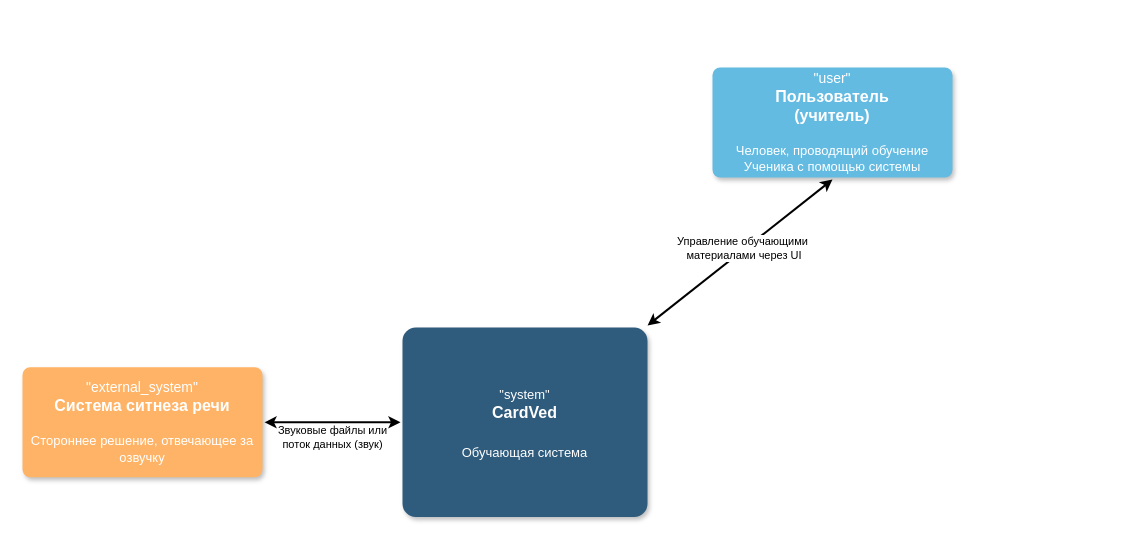
Earlier version of the draw.io diagram Docs/Diagrams/Context.drawio (lvovandrey/CardVed). Source tidied: cells renumbered, new cells numbered last; positions are measured from the earlier drawing's top-left corner, leaving out a move shared by most shapes. Both pictures are drawn from the tidied source at 100%, with x=0, y=0 at pixel (22, 67).
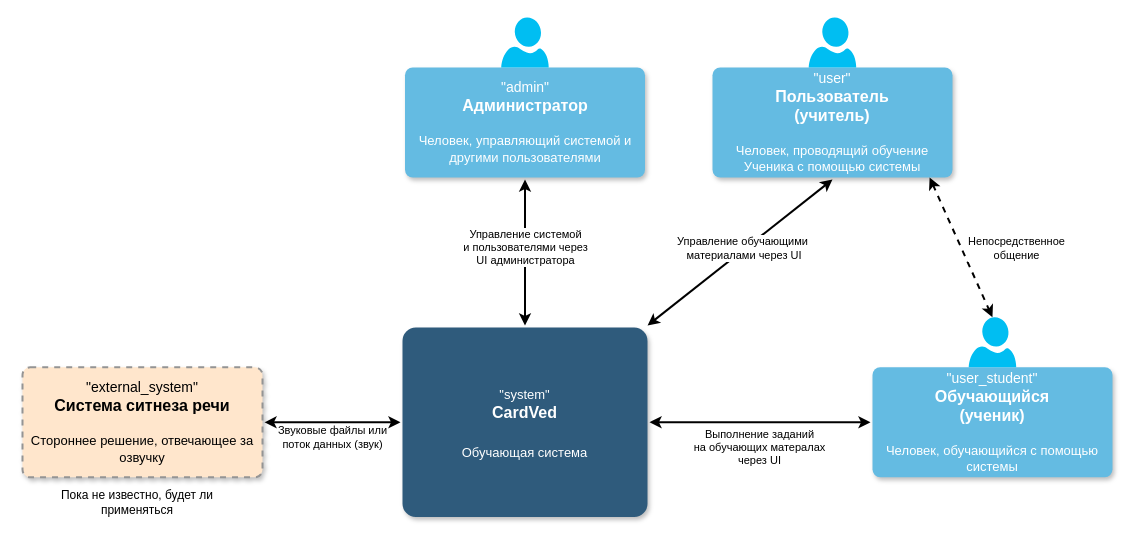
The same diagram, later.

Commit message:
Правки в контекстной диаграмме

The change refers to these unchanged cells:
```xml
<mxCell id="4" value="&lt;span style=&quot;font-weight: normal;&quot;&gt;&lt;font style=&quot;font-size: 13px;&quot;&gt;&quot;system&quot;&lt;/font&gt;&lt;/span&gt;&lt;br&gt;CardVed&lt;br&gt;&lt;div&gt;&lt;br&gt;&lt;/div&gt;&lt;div&gt;&lt;font style=&quot;font-size: 13px; font-weight: normal;&quot;&gt;Обучающая система&lt;/font&gt;&lt;/div&gt;" style="rounded=1;whiteSpace=wrap;html=1;shadow=1;labelBackgroundColor=none;strokeColor=none;strokeWidth=3;fillColor=#2F5B7C;fontFamily=Helvetica;fontSize=16;fontColor=#FFFFFF;align=center;fontStyle=1;spacing=5;arcSize=7;perimeterSpacing=2;" parent="1" vertex="1">
  <mxGeometry x="380" y="260" width="245" height="189.5" as="geometry" />
</mxCell>
```

The edit, as a diff of the source:
```diff
@@
-    <mxCell id="5" value="&quot;user&quot;&lt;br&gt;&lt;b style=&quot;font-size: 16px;&quot;&gt;Пользователь &lt;/b&gt;&lt;br&gt;&lt;b style=&quot;font-size: 16px;&quot;&gt;(учитель)&lt;/b&gt;&lt;br&gt;&lt;br&gt;&lt;span style=&quot;font-size: 13px;&quot;&gt;Человек, проводящий обучение Ученика с помощью системы&lt;/span&gt;" style="rounded=1;whiteSpace=wrap;html=1;shadow=1;labelBackgroundColor=none;strokeColor=none;strokeWidth=3;fillColor=#64bbe2;fontFamily=Helvetica;fontSize=14;fontColor=#FFFFFF;align=center;spacing=5;arcSize=7;perimeterSpacing=2;" parent="1" vertex="1">
-      <mxGeometry x="690" width="240" height="110" as="geometry" />
-    </mxCell>
-    <mxCell id="6" value="&quot;external_system&quot;&lt;br&gt;&lt;span style=&quot;font-size: 16px;&quot;&gt;&lt;b&gt;Система ситнеза речи&lt;/b&gt;&lt;/span&gt;&lt;br&gt;&lt;br&gt;&lt;span style=&quot;font-size: 13px;&quot;&gt;Стороннее решение, отвечающее за озвучку&lt;/span&gt;" style="rounded=1;whiteSpace=wrap;html=1;shadow=1;labelBackgroundColor=none;strokeColor=none;strokeWidth=3;fillColor=#FFB366;fontFamily=Helvetica;fontSize=14;fontColor=#FFFFFF;align=center;spacing=5;arcSize=7;perimeterSpacing=2;" parent="1" vertex="1">
+    <mxCell id="6" value="&quot;external_system&quot;&lt;br&gt;&lt;span style=&quot;font-size: 16px;&quot;&gt;&lt;b&gt;Система ситнеза речи&lt;/b&gt;&lt;/span&gt;&lt;br&gt;&lt;br&gt;&lt;span style=&quot;font-size: 13px;&quot;&gt;Стороннее решение, отвечающее за озвучку&lt;/span&gt;" style="rounded=1;whiteSpace=wrap;html=1;shadow=1;labelBackgroundColor=none;strokeColor=#949494;strokeWidth=2;fillColor=#FFE6CC;fontFamily=Helvetica;fontSize=14;fontColor=#000000;align=center;spacing=5;arcSize=7;perimeterSpacing=2;dashed=1;" parent="1" vertex="1">
       <mxGeometry y="299.8" width="240" height="110" as="geometry" />
     </mxCell>
@@
+    <mxCell id="9" style="group;" parent="1" vertex="1">
+      <mxGeometry x="850" y="249.8" width="240" height="160" as="geometry" />
+    </mxCell>
+    <mxCell id="10" value="&quot;user_student&quot;&lt;br&gt;&lt;span style=&quot;font-size: 16px;&quot;&gt;&lt;b&gt;Обучающийся&lt;/b&gt;&lt;/span&gt;&lt;br&gt;&lt;b style=&quot;font-size: 16px;&quot;&gt;(ученик)&lt;/b&gt;&lt;br&gt;&lt;br&gt;&lt;span style=&quot;font-size: 13px;&quot;&gt;Человек, обучающийся с помощью системы&lt;/span&gt;" style="rounded=1;whiteSpace=wrap;html=1;shadow=1;labelBackgroundColor=none;strokeColor=none;strokeWidth=3;fillColor=#64bbe2;fontFamily=Helvetica;fontSize=14;fontColor=#FFFFFF;align=center;spacing=5;arcSize=7;perimeterSpacing=2;" parent="9" vertex="1">
+      <mxGeometry y="50" width="240" height="110" as="geometry" />
+    </mxCell>
+    <mxCell id="11" style="verticalLabelPosition=bottom;html=1;verticalAlign=top;align=center;strokeColor=none;fillColor=#00BEF2;shape=mxgraph.azure.user;" parent="9" vertex="1">
+      <mxGeometry x="96.2" width="47.5" height="50" as="geometry" />
+    </mxCell>
+    <mxCell id="12" style="group;" parent="1" vertex="1">
+      <mxGeometry x="690" y="-50" width="240" height="160" as="geometry" />
+    </mxCell>
+    <mxCell id="5" value="&quot;user&quot;&lt;br&gt;&lt;b style=&quot;font-size: 16px;&quot;&gt;Пользователь &lt;/b&gt;&lt;br&gt;&lt;b style=&quot;font-size: 16px;&quot;&gt;(учитель)&lt;/b&gt;&lt;br&gt;&lt;br&gt;&lt;span style=&quot;font-size: 13px;&quot;&gt;Человек, проводящий обучение Ученика с помощью системы&lt;/span&gt;" style="rounded=1;whiteSpace=wrap;html=1;shadow=1;labelBackgroundColor=none;strokeColor=none;strokeWidth=3;fillColor=#64bbe2;fontFamily=Helvetica;fontSize=14;fontColor=#FFFFFF;align=center;spacing=5;arcSize=7;perimeterSpacing=2;" parent="12" vertex="1">
+      <mxGeometry y="50" width="240" height="110" as="geometry" />
+    </mxCell>
+    <mxCell id="13" style="verticalLabelPosition=bottom;html=1;verticalAlign=top;align=center;strokeColor=none;fillColor=#00BEF2;shape=mxgraph.azure.user;" parent="12" vertex="1">
+      <mxGeometry x="96.2" width="47.5" height="50" as="geometry" />
+    </mxCell>
+    <mxCell id="14" style="edgeStyle=none;rounded=0;jumpStyle=none;html=1;shadow=0;labelBackgroundColor=none;startArrow=classic;startFill=1;endArrow=classic;endFill=1;jettySize=auto;strokeColor=#000000;strokeWidth=2;fontFamily=Helvetica;fontSize=16;fontColor=#23445D;spacing=5;entryX=0;entryY=0.5;entryDx=0;entryDy=0;endSize=6;exitX=1;exitY=0.5;exitDx=0;exitDy=0;" parent="1" edge="1" source="4" target="10">
+      <mxGeometry relative="1" as="geometry" />
+    </mxCell>
+    <mxCell id="15" value="Выполнение заданий&lt;br&gt;на обучающих матералах&lt;br&gt;через UI" style="edgeLabel;html=1;align=center;verticalAlign=middle;labelBackgroundColor=default;" parent="14" vertex="1">
+      <mxGeometry x="-0.1" y="-1" relative="1" as="geometry">
+        <mxPoint x="11" y="24" as="offset" />
+      </mxGeometry>
+    </mxCell>
+    <mxCell id="16" style="edgeStyle=none;rounded=0;jumpStyle=none;html=1;shadow=0;labelBackgroundColor=none;startArrow=classic;startFill=1;endArrow=classic;endFill=1;jettySize=auto;strokeColor=#000000;strokeWidth=2;fontFamily=Helvetica;fontSize=16;fontColor=#23445D;spacing=5;entryX=0.5;entryY=0;entryDx=0;entryDy=0;endSize=6;exitX=0.898;exitY=0.982;exitDx=0;exitDy=0;entryPerimeter=0;exitPerimeter=0;dashed=1;" parent="1" edge="1" source="5" target="11">
+      <mxGeometry relative="1" as="geometry" />
+    </mxCell>
+    <mxCell id="17" value="Непосредственное&lt;br&gt;общение" style="edgeLabel;html=1;align=center;verticalAlign=middle;labelBackgroundColor=default;" parent="16" vertex="1">
+      <mxGeometry x="-0.1" y="-1" relative="1" as="geometry">
+        <mxPoint x="59" y="7" as="offset" />
+      </mxGeometry>
+    </mxCell>
+    <mxCell id="18" value="Пока не известно, будет ли применяться" style="text;html=1;align=center;verticalAlign=middle;whiteSpace=wrap;rounded=0;" parent="1" vertex="1">
+      <mxGeometry x="30" y="419.5" width="170" height="30" as="geometry" />
+    </mxCell>
+    <mxCell id="19" style="group;" parent="1" vertex="1">
+      <mxGeometry x="382.5" y="-50" width="240" height="160" as="geometry" />
+    </mxCell>
+    <mxCell id="20" value="&quot;admin&quot;&lt;br&gt;&lt;span style=&quot;font-size: 16px;&quot;&gt;&lt;b&gt;Администратор&lt;/b&gt;&lt;/span&gt;&lt;br&gt;&lt;br&gt;&lt;span style=&quot;font-size: 13px;&quot;&gt;Человек, управляющий системой и другими пользователями&lt;/span&gt;" style="rounded=1;whiteSpace=wrap;html=1;shadow=1;labelBackgroundColor=none;strokeColor=none;strokeWidth=3;fillColor=#64bbe2;fontFamily=Helvetica;fontSize=14;fontColor=#FFFFFF;align=center;spacing=5;arcSize=7;perimeterSpacing=2;" parent="19" vertex="1">
+      <mxGeometry y="50" width="240" height="110" as="geometry" />
+    </mxCell>
+    <mxCell id="21" style="verticalLabelPosition=bottom;html=1;verticalAlign=top;align=center;strokeColor=none;fillColor=#00BEF2;shape=mxgraph.azure.user;" parent="19" vertex="1">
+      <mxGeometry x="96.2" width="47.5" height="50" as="geometry" />
+    </mxCell>
+    <mxCell id="22" style="edgeStyle=none;rounded=0;jumpStyle=none;html=1;shadow=0;labelBackgroundColor=none;startArrow=classic;startFill=1;endArrow=classic;endFill=1;jettySize=auto;strokeColor=#000000;strokeWidth=2;fontFamily=Helvetica;fontSize=16;fontColor=#23445D;spacing=5;entryX=0.5;entryY=1;entryDx=0;entryDy=0;endSize=6;exitX=0.5;exitY=0;exitDx=0;exitDy=0;" parent="1" edge="1" source="4" target="20">
+      <mxGeometry relative="1" as="geometry" />
+    </mxCell>
+    <mxCell id="23" value="Управление системой&lt;br style=&quot;border-color: var(--border-color);&quot;&gt;и пользователями через&lt;br style=&quot;border-color: var(--border-color);&quot;&gt;UI администратора" style="edgeLabel;html=1;align=center;verticalAlign=middle;labelBackgroundColor=default;" parent="22" vertex="1">
+      <mxGeometry x="-0.1" y="-1" relative="1" as="geometry">
+        <mxPoint x="-1" y="-13" as="offset" />
+      </mxGeometry>
+    </mxCell>
```
